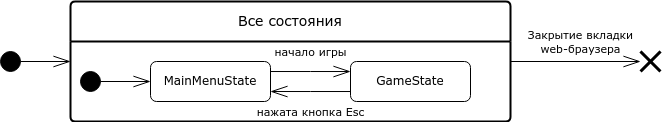
Before: uml/event_bus_states.drawio.png, a diagram exported from draw.io (ProgMiner/Lab_SoftwareDevelopment). Source tidied: cells renumbered, new cells last; positions are measured from the earlier drawing's top-left corner, leaving out a move shared by most shapes. Its diagram source:
```xml
<mxGraphModel>
  <root>
    <mxCell id="0" />
    <mxCell id="1" parent="0" />
    <mxCell id="2" value="MainMenuState" style="rounded=1;whiteSpace=wrap;html=1;" parent="1" vertex="1">
      <mxGeometry x="150" y="60" width="120" height="40" as="geometry" />
    </mxCell>
    <mxCell id="3" value="GameState" style="rounded=1;whiteSpace=wrap;html=1;" parent="1" vertex="1">
      <mxGeometry x="350" y="60" width="120" height="40" as="geometry" />
    </mxCell>
    <mxCell id="4" style="ellipse;whiteSpace=wrap;html=1;fillColor=#000000;" parent="1" vertex="1">
      <mxGeometry x="80" y="70" width="20" height="20" as="geometry" />
    </mxCell>
    <mxCell id="5" style="endArrow=openThin;html=1;rounded=0;endFill=0;endSize=15;" parent="1" edge="1" source="4" target="2">
      <mxGeometry relative="1" as="geometry" />
    </mxCell>
    <mxCell id="6" style="endArrow=openThin;html=1;rounded=0;endFill=0;endSize=15;edgeStyle=orthogonalEdgeStyle;" parent="1" edge="1" source="2" target="3">
      <mxGeometry relative="1" as="geometry">
        <Array as="points">
          <mxPoint x="310" y="70" />
          <mxPoint x="310" y="70" />
        </Array>
      </mxGeometry>
    </mxCell>
    <mxCell id="7" value="начало игры" style="edgeLabel;html=1;align=center;verticalAlign=middle;" parent="6" vertex="1">
      <mxGeometry x="0.17" y="1" relative="1" as="geometry">
        <mxPoint x="-7" y="-19" as="offset" />
      </mxGeometry>
    </mxCell>
    <mxCell id="8" style="endArrow=openThin;html=1;rounded=0;endFill=0;endSize=15;edgeStyle=orthogonalEdgeStyle;" parent="1" edge="1" source="3" target="2">
      <mxGeometry relative="1" as="geometry">
        <Array as="points">
          <mxPoint x="310" y="90" />
          <mxPoint x="310" y="90" />
        </Array>
      </mxGeometry>
    </mxCell>
    <mxCell id="9" value="нажата кнопка Esc" style="edgeLabel;html=1;align=center;verticalAlign=middle;" parent="8" vertex="1">
      <mxGeometry x="-0.2" y="2" relative="1" as="geometry">
        <mxPoint x="-8" y="18" as="offset" />
      </mxGeometry>
    </mxCell>
    <mxCell id="10" value="Все состояния" style="swimlane;horizontal=1;startSize=40;rounded=1;fontSize=14;fontStyle=0;strokeWidth=2;shadow=0;dashed=0;align=center;arcSize=4;whiteSpace=wrap;html=1;fillColor=default;" parent="1" vertex="1">
      <mxGeometry x="70" width="440" height="120" as="geometry" />
    </mxCell>
    <mxCell id="11" style="ellipse;whiteSpace=wrap;html=1;fillColor=#000000;" parent="1" vertex="1">
      <mxGeometry y="50" width="20" height="20" as="geometry" />
    </mxCell>
    <mxCell id="12" style="endArrow=openThin;html=1;rounded=0;endFill=0;endSize=15;" parent="1" edge="1" source="11" target="10">
      <mxGeometry relative="1" as="geometry" />
    </mxCell>
    <mxCell id="13" style="shape=umlDestroy;whiteSpace=wrap;html=1;strokeWidth=3;targetShapes=umlLifeline;" parent="1" vertex="1">
      <mxGeometry x="640" y="50" width="20" height="20" as="geometry" />
    </mxCell>
    <mxCell id="14" style="endArrow=openThin;html=1;rounded=0;endFill=0;endSize=15;" parent="1" edge="1" source="10" target="13">
      <mxGeometry relative="1" as="geometry" />
    </mxCell>
    <mxCell id="15" value="Закрытие вкладки&lt;br&gt;web-браузера" style="edgeLabel;html=1;align=center;verticalAlign=middle;" parent="14" vertex="1">
      <mxGeometry x="0.15" y="-1" relative="1" as="geometry">
        <mxPoint x="-5" y="-21" as="offset" />
      </mxGeometry>
    </mxCell>
  </root>
</mxGraphModel>
```
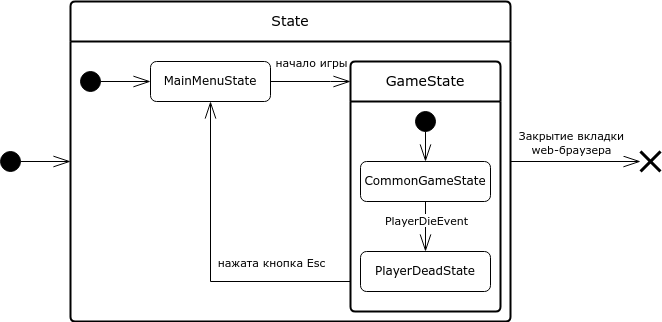
The same diagram one commit later.

The edit, as a diff of the source:
```diff
@@ -5,9 +5,6 @@
     <mxCell id="2" value="MainMenuState" style="rounded=1;whiteSpace=wrap;html=1;" parent="1" vertex="1">
       <mxGeometry x="150" y="60" width="120" height="40" as="geometry" />
     </mxCell>
-    <mxCell id="3" value="GameState" style="rounded=1;whiteSpace=wrap;html=1;" parent="1" vertex="1">
-      <mxGeometry x="350" y="60" width="120" height="40" as="geometry" />
-    </mxCell>
     <mxCell id="4" style="ellipse;whiteSpace=wrap;html=1;fillColor=#000000;" parent="1" vertex="1">
       <mxGeometry x="80" y="70" width="20" height="20" as="geometry" />
     </mxCell>
@@ -17,8 +14,8 @@
     <mxCell id="6" style="endArrow=openThin;html=1;rounded=0;endFill=0;endSize=15;edgeStyle=orthogonalEdgeStyle;" parent="1" edge="1" source="2" target="3">
       <mxGeometry relative="1" as="geometry">
         <Array as="points">
-          <mxPoint x="310" y="70" />
-          <mxPoint x="310" y="70" />
+          <mxPoint x="330" y="80" />
+          <mxPoint x="330" y="80" />
         </Array>
       </mxGeometry>
     </mxCell>
@@ -27,38 +24,67 @@
         <mxPoint x="-7" y="-19" as="offset" />
       </mxGeometry>
     </mxCell>
-    <mxCell id="8" style="endArrow=openThin;html=1;rounded=0;endFill=0;endSize=15;edgeStyle=orthogonalEdgeStyle;" parent="1" edge="1" source="3" target="2">
+    <mxCell id="8" style="endArrow=openThin;html=1;rounded=0;endFill=0;endSize=15;edgeStyle=orthogonalEdgeStyle;" parent="1" edge="1" target="2">
       <mxGeometry relative="1" as="geometry">
+        <mxPoint x="350" y="90" as="sourcePoint" />
         <Array as="points">
-          <mxPoint x="310" y="90" />
-          <mxPoint x="310" y="90" />
+          <mxPoint x="350" y="280" />
+          <mxPoint x="210" y="280" />
         </Array>
       </mxGeometry>
     </mxCell>
     <mxCell id="9" value="нажата кнопка Esc" style="edgeLabel;html=1;align=center;verticalAlign=middle;" parent="8" vertex="1">
       <mxGeometry x="-0.2" y="2" relative="1" as="geometry">
-        <mxPoint x="-8" y="18" as="offset" />
+        <mxPoint x="-67" y="-22" as="offset" />
       </mxGeometry>
     </mxCell>
-    <mxCell id="10" value="Все состояния" style="swimlane;horizontal=1;startSize=40;rounded=1;fontSize=14;fontStyle=0;strokeWidth=2;shadow=0;dashed=0;align=center;arcSize=4;whiteSpace=wrap;html=1;fillColor=default;" parent="1" vertex="1">
-      <mxGeometry x="70" width="440" height="120" as="geometry" />
+    <mxCell id="10" value="State" style="swimlane;horizontal=1;startSize=40;rounded=1;fontSize=14;fontStyle=0;strokeWidth=2;shadow=0;dashed=0;align=center;arcSize=4;whiteSpace=wrap;html=1;fillColor=default;" parent="1" vertex="1">
+      <mxGeometry x="70" width="440" height="320" as="geometry" />
     </mxCell>
     <mxCell id="11" style="ellipse;whiteSpace=wrap;html=1;fillColor=#000000;" parent="1" vertex="1">
-      <mxGeometry y="50" width="20" height="20" as="geometry" />
+      <mxGeometry y="150" width="20" height="20" as="geometry" />
     </mxCell>
     <mxCell id="12" style="endArrow=openThin;html=1;rounded=0;endFill=0;endSize=15;" parent="1" edge="1" source="11" target="10">
       <mxGeometry relative="1" as="geometry" />
     </mxCell>
     <mxCell id="13" style="shape=umlDestroy;whiteSpace=wrap;html=1;strokeWidth=3;targetShapes=umlLifeline;" parent="1" vertex="1">
-      <mxGeometry x="640" y="50" width="20" height="20" as="geometry" />
+      <mxGeometry x="640" y="150" width="20" height="20" as="geometry" />
     </mxCell>
     <mxCell id="14" style="endArrow=openThin;html=1;rounded=0;endFill=0;endSize=15;" parent="1" edge="1" source="10" target="13">
       <mxGeometry relative="1" as="geometry" />
     </mxCell>
     <mxCell id="15" value="Закрытие вкладки&lt;br&gt;web-браузера" style="edgeLabel;html=1;align=center;verticalAlign=middle;" parent="14" vertex="1">
       <mxGeometry x="0.15" y="-1" relative="1" as="geometry">
-        <mxPoint x="-5" y="-21" as="offset" />
+        <mxPoint x="-15" y="-21" as="offset" />
       </mxGeometry>
     </mxCell>
+    <mxCell id="3" value="GameState" style="swimlane;horizontal=1;startSize=40;rounded=1;fontSize=14;fontStyle=0;strokeWidth=2;shadow=0;dashed=0;align=center;arcSize=4;whiteSpace=wrap;html=1;fillColor=default;" parent="1" vertex="1">
+      <mxGeometry x="350" y="60" width="150" height="250" as="geometry" />
+    </mxCell>
+    <mxCell id="16" style="ellipse;whiteSpace=wrap;html=1;fillColor=#000000;" parent="1" vertex="1">
+      <mxGeometry x="415" y="110" width="20" height="20" as="geometry" />
+    </mxCell>
+    <mxCell id="17" value="CommonGameState" style="rounded=1;whiteSpace=wrap;html=1;" parent="1" vertex="1">
+      <mxGeometry x="360" y="160" width="130" height="40" as="geometry" />
+    </mxCell>
+    <mxCell id="18" value="PlayerDeadState" style="rounded=1;whiteSpace=wrap;html=1;" parent="1" vertex="1">
+      <mxGeometry x="360" y="250" width="130" height="40" as="geometry" />
+    </mxCell>
+    <mxCell id="19" style="endArrow=openThin;html=1;rounded=0;endFill=0;endSize=15;edgeStyle=orthogonalEdgeStyle;" parent="1" edge="1" source="17" target="18">
+      <mxGeometry relative="1" as="geometry">
+        <Array as="points">
+          <mxPoint x="425" y="220" />
+          <mxPoint x="425" y="220" />
+        </Array>
+      </mxGeometry>
+    </mxCell>
+    <mxCell id="20" value="PlayerDieEvent" style="edgeLabel;html=1;align=center;verticalAlign=middle;" parent="19" vertex="1">
+      <mxGeometry x="0.17" y="1" relative="1" as="geometry">
+        <mxPoint x="-1" y="-11" as="offset" />
+      </mxGeometry>
+    </mxCell>
+    <mxCell id="21" style="endArrow=openThin;html=1;rounded=0;endFill=0;endSize=15;edgeStyle=orthogonalEdgeStyle;" parent="1" edge="1" source="16" target="17">
+      <mxGeometry relative="1" as="geometry" />
+    </mxCell>
   </root>
 </mxGraphModel>
```
